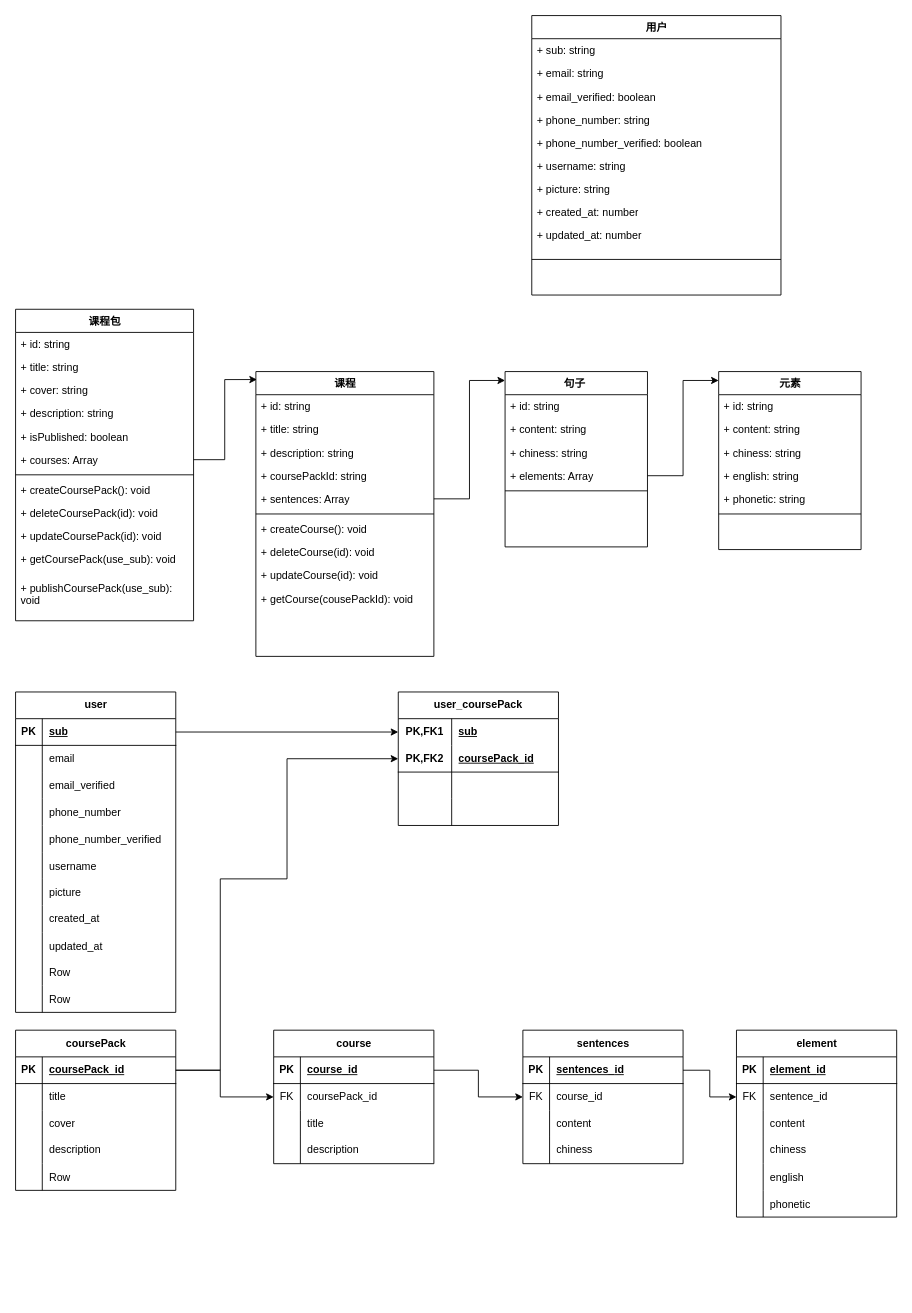
Before: 数据库表.drawio in gjf610/my-blog, a draw.io diagram. Source tidied: cells renumbered, new cells numbered last; positions are measured from the earlier drawing's top-left corner, leaving out a move shared by most shapes. Both pictures are drawn from the tidied source at 89%, with x=0, y=0 at pixel (15, 15).
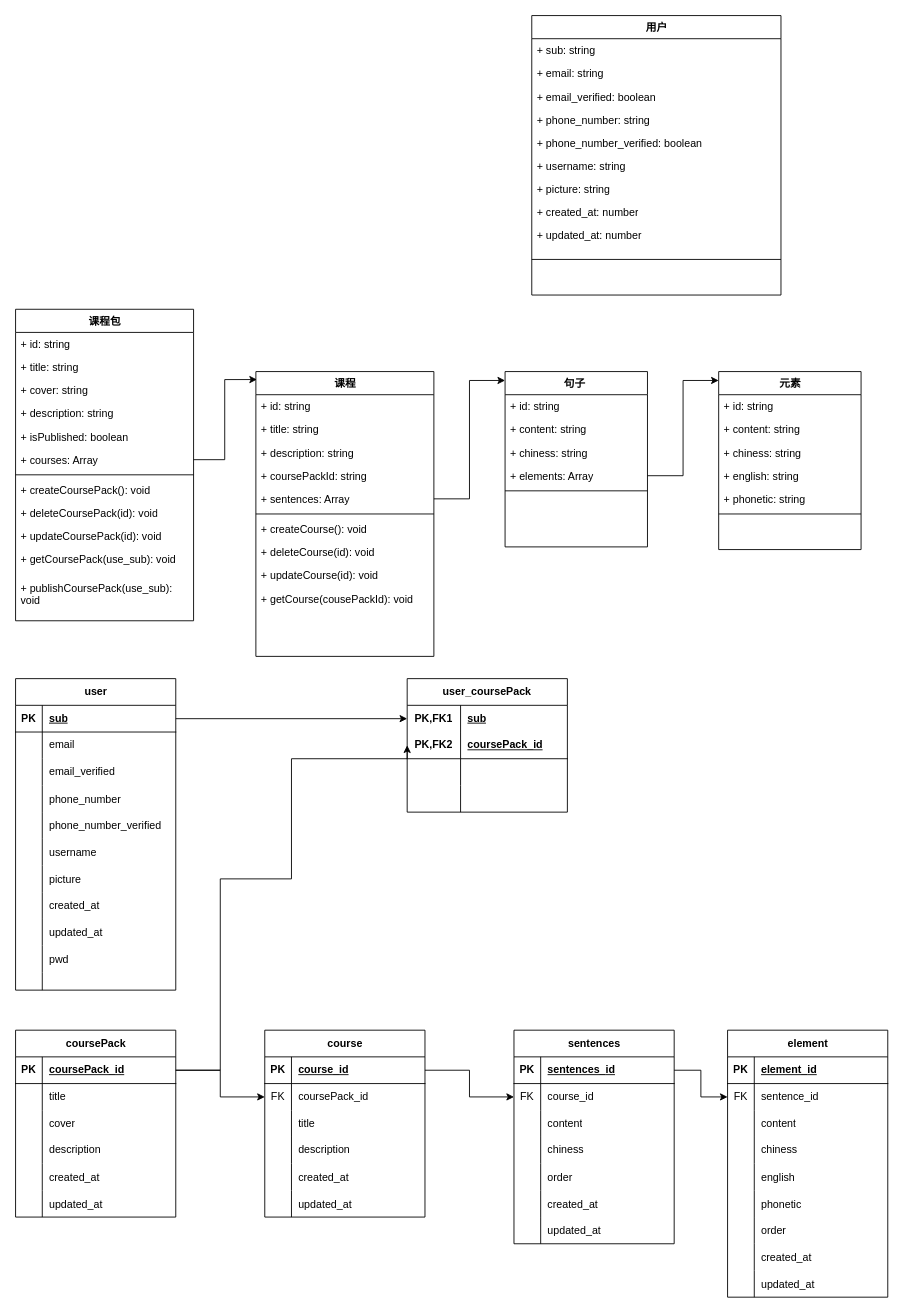
Above is the later version.

Commit message (it also covers changes not shown here):
更新数据库表.drawio

Unchanged cells that the change refers to:
```xml
<mxCell id="54" style="shape=tableRow;horizontal=0;startSize=0;swimlaneHead=0;swimlaneBody=0;fillColor=none;points=[[0,0.5],[1,0.5]];portConstraint=eastwest;top=0;left=0;right=0;bottom=1;" parent="53" vertex="1">
  <mxGeometry y="30" width="180" height="30" as="geometry" />
</mxCell>
<mxCell id="66" style="shape=tableRow;horizontal=0;startSize=0;swimlaneHead=0;swimlaneBody=0;fillColor=none;top=0;left=0;right=0;bottom=0;" parent="53" vertex="1">
  <mxGeometry y="150" width="180" height="30" as="geometry" />
</mxCell>
<mxCell id="124" style="shape=tableRow;horizontal=0;startSize=0;swimlaneHead=0;swimlaneBody=0;fillColor=none;points=[[0,0.5],[1,0.5]];portConstraint=eastwest;top=0;left=0;right=0;bottom=1;html=1;" parent="120" vertex="1">
  <mxGeometry y="60" width="180" height="30" as="geometry" />
</mxCell>
<mxCell id="161" style="shape=tableRow;horizontal=0;startSize=0;swimlaneHead=0;swimlaneBody=0;fillColor=none;top=0;left=0;right=0;bottom=0;" parent="133" vertex="1">
  <mxGeometry y="300" width="180" height="30" as="geometry" />
</mxCell>
```

Diff of the diagram source:
```diff
@@
     <mxCell id="53" value="coursePack" style="shape=table;startSize=30;childLayout=tableLayout;rowLines=0;fontStyle=1;align=center;html=1;" parent="1" vertex="1">
-      <mxGeometry y="1140" width="180" height="180" as="geometry" />
+      <mxGeometry y="1140" width="180" height="210" as="geometry" />
     </mxCell>
@@
-    <mxCell id="68" value="Row" style="shape=partialRectangle;fillColor=none;top=0;left=0;bottom=0;right=0;align=left;spacingLeft=6;overflow=hidden;" parent="66" vertex="1">
+    <mxCell id="68" value="created_at" style="shape=partialRectangle;fillColor=none;top=0;left=0;bottom=0;right=0;align=left;spacingLeft=6;overflow=hidden;" parent="66" vertex="1">
       <mxGeometry x="30" width="150" height="30" as="geometry" />
     </mxCell>
+    <mxCell id="169" style="shape=tableRow;horizontal=0;startSize=0;swimlaneHead=0;swimlaneBody=0;fillColor=none;top=0;left=0;right=0;bottom=0;" parent="53" vertex="1">
+      <mxGeometry y="180" width="180" height="30" as="geometry" />
+    </mxCell>
+    <mxCell id="170" style="shape=partialRectangle;fillColor=none;top=0;left=0;bottom=0;right=0;overflow=hidden;" parent="169" vertex="1">
+      <mxGeometry width="30" height="30" as="geometry" />
+    </mxCell>
+    <mxCell id="171" value="updated_at" style="shape=partialRectangle;fillColor=none;top=0;left=0;bottom=0;right=0;align=left;spacingLeft=6;overflow=hidden;" parent="169" vertex="1">
+      <mxGeometry x="30" width="150" height="30" as="geometry" />
+    </mxCell>
@@
     <mxCell id="72" value="course" style="shape=table;startSize=30;childLayout=tableLayout;rowLines=0;fontStyle=1;align=center;html=1;" parent="1" vertex="1">
-      <mxGeometry x="290" y="1140" width="180" height="150" as="geometry" />
+      <mxGeometry x="280" y="1140" width="180" height="210" as="geometry" />
     </mxCell>
@@
+    <mxCell id="172" style="shape=tableRow;horizontal=0;startSize=0;swimlaneHead=0;swimlaneBody=0;fillColor=none;top=0;left=0;right=0;bottom=0;" parent="72" vertex="1">
+      <mxGeometry y="150" width="180" height="30" as="geometry" />
+    </mxCell>
+    <mxCell id="173" style="shape=partialRectangle;fillColor=none;top=0;left=0;bottom=0;right=0;overflow=hidden;" parent="172" vertex="1">
+      <mxGeometry width="30" height="30" as="geometry" />
+    </mxCell>
+    <mxCell id="174" value="created_at" style="shape=partialRectangle;fillColor=none;top=0;left=0;bottom=0;right=0;align=left;spacingLeft=6;overflow=hidden;" parent="172" vertex="1">
+      <mxGeometry x="30" width="150" height="30" as="geometry" />
+    </mxCell>
+    <mxCell id="175" style="shape=tableRow;horizontal=0;startSize=0;swimlaneHead=0;swimlaneBody=0;fillColor=none;top=0;left=0;right=0;bottom=0;" parent="72" vertex="1">
+      <mxGeometry y="180" width="180" height="30" as="geometry" />
+    </mxCell>
+    <mxCell id="176" style="shape=partialRectangle;fillColor=none;top=0;left=0;bottom=0;right=0;overflow=hidden;" parent="175" vertex="1">
+      <mxGeometry width="30" height="30" as="geometry" />
+    </mxCell>
+    <mxCell id="177" value="updated_at" style="shape=partialRectangle;fillColor=none;top=0;left=0;bottom=0;right=0;align=left;spacingLeft=6;overflow=hidden;" parent="175" vertex="1">
+      <mxGeometry x="30" width="150" height="30" as="geometry" />
+    </mxCell>
     <mxCell id="85" value="sentences" style="shape=table;startSize=30;childLayout=tableLayout;rowLines=0;fontStyle=1;align=center;html=1;" parent="1" vertex="1">
-      <mxGeometry x="570" y="1140" width="180" height="150" as="geometry" />
+      <mxGeometry x="560" y="1140" width="180" height="240" as="geometry" />
     </mxCell>
@@
+    <mxCell id="178" style="shape=tableRow;horizontal=0;startSize=0;swimlaneHead=0;swimlaneBody=0;fillColor=none;top=0;left=0;right=0;bottom=0;" parent="85" vertex="1">
+      <mxGeometry y="150" width="180" height="30" as="geometry" />
+    </mxCell>
+    <mxCell id="179" style="shape=partialRectangle;fillColor=none;top=0;left=0;bottom=0;right=0;overflow=hidden;" parent="178" vertex="1">
+      <mxGeometry width="30" height="30" as="geometry" />
+    </mxCell>
+    <mxCell id="180" value="order" style="shape=partialRectangle;fillColor=none;top=0;left=0;bottom=0;right=0;align=left;spacingLeft=6;overflow=hidden;" parent="178" vertex="1">
+      <mxGeometry x="30" width="150" height="30" as="geometry" />
+    </mxCell>
+    <mxCell id="181" style="shape=tableRow;horizontal=0;startSize=0;swimlaneHead=0;swimlaneBody=0;fillColor=none;top=0;left=0;right=0;bottom=0;" parent="85" vertex="1">
+      <mxGeometry y="180" width="180" height="30" as="geometry" />
+    </mxCell>
+    <mxCell id="182" style="shape=partialRectangle;fillColor=none;top=0;left=0;bottom=0;right=0;overflow=hidden;" parent="181" vertex="1">
+      <mxGeometry width="30" height="30" as="geometry" />
+    </mxCell>
+    <mxCell id="183" value="created_at" style="shape=partialRectangle;fillColor=none;top=0;left=0;bottom=0;right=0;align=left;spacingLeft=6;overflow=hidden;" parent="181" vertex="1">
+      <mxGeometry x="30" width="150" height="30" as="geometry" />
+    </mxCell>
+    <mxCell id="184" style="shape=tableRow;horizontal=0;startSize=0;swimlaneHead=0;swimlaneBody=0;fillColor=none;top=0;left=0;right=0;bottom=0;" parent="85" vertex="1">
+      <mxGeometry y="210" width="180" height="30" as="geometry" />
+    </mxCell>
+    <mxCell id="185" style="shape=partialRectangle;fillColor=none;top=0;left=0;bottom=0;right=0;overflow=hidden;" parent="184" vertex="1">
+      <mxGeometry width="30" height="30" as="geometry" />
+    </mxCell>
+    <mxCell id="186" value="updated_at" style="shape=partialRectangle;fillColor=none;top=0;left=0;bottom=0;right=0;align=left;spacingLeft=6;overflow=hidden;" parent="184" vertex="1">
+      <mxGeometry x="30" width="150" height="30" as="geometry" />
+    </mxCell>
     <mxCell id="98" value="element" style="shape=table;startSize=30;childLayout=tableLayout;rowLines=0;fontStyle=1;align=center;html=1;" parent="1" vertex="1">
-      <mxGeometry x="810" y="1140" width="180" height="210" as="geometry" />
+      <mxGeometry x="800" y="1140" width="180" height="300" as="geometry" />
     </mxCell>
@@
+    <mxCell id="187" style="shape=tableRow;horizontal=0;startSize=0;swimlaneHead=0;swimlaneBody=0;fillColor=none;top=0;left=0;right=0;bottom=0;" parent="98" vertex="1">
+      <mxGeometry y="180" width="180" height="30" as="geometry" />
+    </mxCell>
+    <mxCell id="188" style="shape=partialRectangle;fillColor=none;top=0;left=0;bottom=0;right=0;overflow=hidden;" parent="187" vertex="1">
+      <mxGeometry width="30" height="30" as="geometry" />
+    </mxCell>
+    <mxCell id="189" value="phonetic" style="shape=partialRectangle;fillColor=none;top=0;left=0;bottom=0;right=0;align=left;spacingLeft=6;overflow=hidden;" parent="187" vertex="1">
+      <mxGeometry x="30" width="150" height="30" as="geometry" />
+    </mxCell>
+    <mxCell id="190" style="shape=tableRow;horizontal=0;startSize=0;swimlaneHead=0;swimlaneBody=0;fillColor=none;top=0;left=0;right=0;bottom=0;" parent="98" vertex="1">
+      <mxGeometry y="210" width="180" height="30" as="geometry" />
+    </mxCell>
+    <mxCell id="191" style="shape=partialRectangle;fillColor=none;top=0;left=0;bottom=0;right=0;overflow=hidden;" parent="190" vertex="1">
+      <mxGeometry width="30" height="30" as="geometry" />
+    </mxCell>
+    <mxCell id="192" value="order" style="shape=partialRectangle;fillColor=none;top=0;left=0;bottom=0;right=0;align=left;spacingLeft=6;overflow=hidden;" parent="190" vertex="1">
+      <mxGeometry x="30" width="150" height="30" as="geometry" />
+    </mxCell>
+    <mxCell id="193" style="shape=tableRow;horizontal=0;startSize=0;swimlaneHead=0;swimlaneBody=0;fillColor=none;top=0;left=0;right=0;bottom=0;" parent="98" vertex="1">
+      <mxGeometry y="240" width="180" height="30" as="geometry" />
+    </mxCell>
+    <mxCell id="194" style="shape=partialRectangle;fillColor=none;top=0;left=0;bottom=0;right=0;overflow=hidden;" parent="193" vertex="1">
+      <mxGeometry width="30" height="30" as="geometry" />
+    </mxCell>
+    <mxCell id="195" value="created_at" style="shape=partialRectangle;fillColor=none;top=0;left=0;bottom=0;right=0;align=left;spacingLeft=6;overflow=hidden;" parent="193" vertex="1">
+      <mxGeometry x="30" width="150" height="30" as="geometry" />
+    </mxCell>
     <mxCell id="114" style="shape=tableRow;horizontal=0;startSize=0;swimlaneHead=0;swimlaneBody=0;fillColor=none;top=0;left=0;right=0;bottom=0;" parent="98" vertex="1">
-      <mxGeometry y="180" width="180" height="30" as="geometry" />
+      <mxGeometry y="270" width="180" height="30" as="geometry" />
     </mxCell>
@@
-    <mxCell id="116" value="phonetic" style="shape=partialRectangle;fillColor=none;top=0;left=0;bottom=0;right=0;align=left;spacingLeft=6;overflow=hidden;" parent="114" vertex="1">
+    <mxCell id="116" value="updated_at" style="shape=partialRectangle;fillColor=none;top=0;left=0;bottom=0;right=0;align=left;spacingLeft=6;overflow=hidden;" parent="114" vertex="1">
       <mxGeometry x="30" width="150" height="30" as="geometry" />
     </mxCell>
@@
     <mxCell id="120" value="&lt;span style=&quot;text-wrap: nowrap;&quot;&gt;user_coursePack&lt;/span&gt;" style="shape=table;startSize=30;childLayout=tableLayout;rowLines=0;fontStyle=1;align=center;html=1;whiteSpace=wrap;" parent="1" vertex="1">
-      <mxGeometry x="430" y="760" width="180" height="150" as="geometry" />
+      <mxGeometry x="440" y="745" width="180" height="150" as="geometry" />
     </mxCell>
@@
     <mxCell id="133" value="user" style="shape=table;startSize=30;childLayout=tableLayout;rowLines=0;fontStyle=1;align=center;html=1;" parent="1" vertex="1">
-      <mxGeometry y="760" width="180" height="360" as="geometry" />
+      <mxGeometry y="745" width="180" height="350" as="geometry" />
     </mxCell>
@@
-    <mxCell id="163" value="Row" style="shape=partialRectangle;fillColor=none;top=0;left=0;bottom=0;right=0;align=left;spacingLeft=6;overflow=hidden;" parent="161" vertex="1">
+    <mxCell id="163" value="pwd" style="shape=partialRectangle;fillColor=none;top=0;left=0;bottom=0;right=0;align=left;spacingLeft=6;overflow=hidden;" parent="161" vertex="1">
       <mxGeometry x="30" width="150" height="30" as="geometry" />
     </mxCell>
     <mxCell id="164" style="shape=tableRow;horizontal=0;startSize=0;swimlaneHead=0;swimlaneBody=0;fillColor=none;top=0;left=0;right=0;bottom=0;" parent="133" vertex="1">
-      <mxGeometry y="330" width="180" height="30" as="geometry" />
+      <mxGeometry y="330" width="180" height="20" as="geometry" />
     </mxCell>
     <mxCell id="165" style="shape=partialRectangle;fillColor=none;top=0;left=0;bottom=0;right=0;overflow=hidden;" parent="164" vertex="1">
-      <mxGeometry width="30" height="30" as="geometry" />
+      <mxGeometry width="30" height="20" as="geometry" />
     </mxCell>
-    <mxCell id="166" value="Row" style="shape=partialRectangle;fillColor=none;top=0;left=0;bottom=0;right=0;align=left;spacingLeft=6;overflow=hidden;" parent="164" vertex="1">
-      <mxGeometry x="30" width="150" height="30" as="geometry" />
+    <mxCell id="166" style="shape=partialRectangle;fillColor=none;top=0;left=0;bottom=0;right=0;align=left;spacingLeft=6;overflow=hidden;" parent="164" vertex="1">
+      <mxGeometry x="30" width="150" height="20" as="geometry" />
     </mxCell>
@@
     <mxCell id="168" style="edgeStyle=orthogonalEdgeStyle;rounded=0;jettySize=auto;html=1;entryX=0;entryY=0.5;entryDx=0;entryDy=0;" parent="1" edge="1" source="54" target="124">
       <mxGeometry relative="1" as="geometry">
         <Array as="points">
           <mxPoint x="230" y="1185" />
           <mxPoint x="230" y="970" />
-          <mxPoint x="305" y="970" />
-          <mxPoint x="305" y="835" />
+          <mxPoint x="310" y="970" />
+          <mxPoint x="310" y="835" />
+          <mxPoint x="440" y="835" />
         </Array>
       </mxGeometry>
     </mxCell>
```
